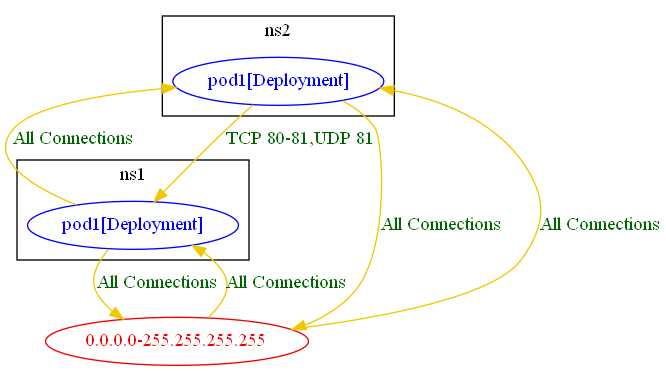
Above: test_outputs/connlist/anp_with_banp_pass_test_connlist_output.dot.png in np-guard/netpol-analyzer (Graphviz), before the change. Its source is kept beside it as test_outputs/connlist/anp_with_banp_pass_test_connlist_output.dot.
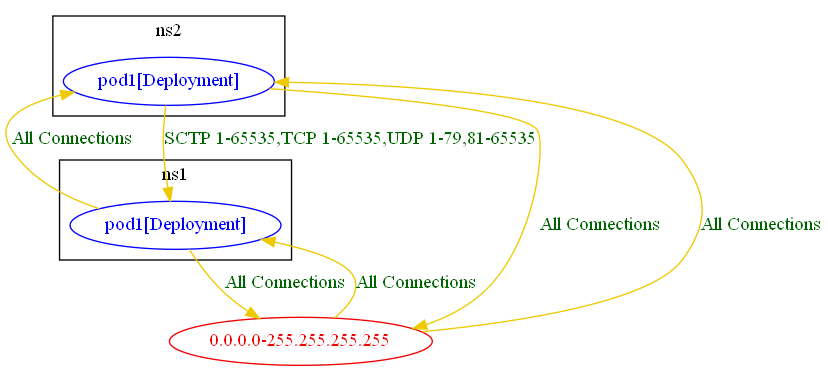
After the change.

Commit message:
optimizing collect from banp + fixing one test output

Change to the diagram source:
```diff
@@ -17,5 +17,5 @@
 	"ns1/pod1[Deployment]" -> "0.0.0.0-255.255.255.255" [label="All Connections" color="gold2" fontcolor="darkgreen" weight=1]
 	"ns1/pod1[Deployment]" -> "ns2/pod1[Deployment]" [label="All Connections" color="gold2" fontcolor="darkgreen" weight=0.5]
 	"ns2/pod1[Deployment]" -> "0.0.0.0-255.255.255.255" [label="All Connections" color="gold2" fontcolor="darkgreen" weight=1]
-	"ns2/pod1[Deployment]" -> "ns1/pod1[Deployment]" [label="TCP 80-81,UDP 81" color="gold2" fontcolor="darkgreen" weight=1]
+	"ns2/pod1[Deployment]" -> "ns1/pod1[Deployment]" [label="SCTP 1-65535,TCP 1-65535,UDP 1-79,81-65535" color="gold2" fontcolor="darkgreen" weight=1]
 }
```
